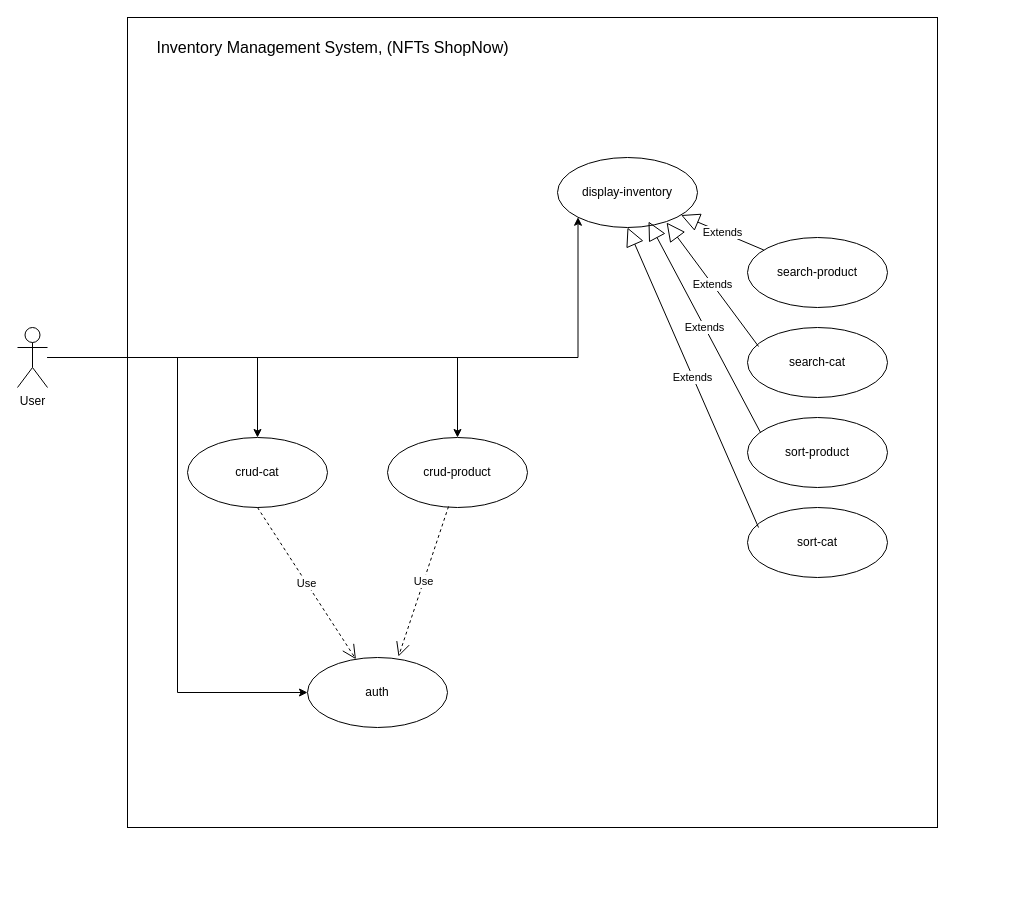
Above: usecasediagram.drawio in YouCodeSchool/ShopNow (draw.io), before the change. Source tidied: cells renumbered, new cells numbered last; positions are measured from the earlier drawing's top-left corner, leaving out a move shared by most shapes. Both pictures are drawn from the tidied source at 100%, with x=0, y=0 at pixel (17, 17).
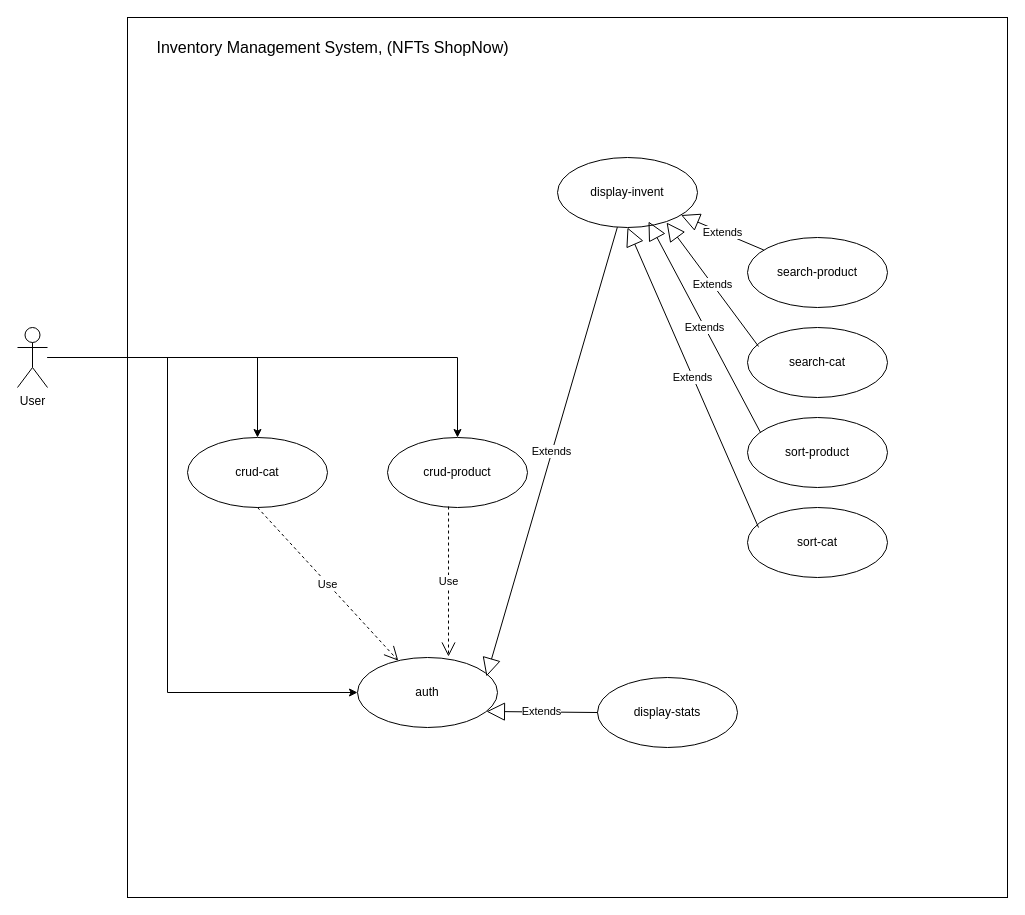
Above is the later version.

The change refers to these unchanged cells:
```xml
<mxCell id="8" value="User" style="shape=umlActor;verticalLabelPosition=bottom;verticalAlign=top;html=1;outlineConnect=0;" parent="1" vertex="1">
  <mxGeometry y="310" width="30" height="60" as="geometry" />
</mxCell>
```

What changed in the source:
```diff
@@
     <mxCell id="2" style="whiteSpace=wrap;html=1;" parent="1" vertex="1">
-      <mxGeometry x="110" width="810" height="810" as="geometry" />
+      <mxGeometry x="110" width="880" height="880" as="geometry" />
     </mxCell>
@@
     <mxCell id="4" style="edgeStyle=orthogonalEdgeStyle;rounded=0;jettySize=auto;html=1;entryX=0;entryY=0.5;entryDx=0;entryDy=0;" parent="1" edge="1" source="8" target="10">
-      <mxGeometry relative="1" as="geometry" />
+      <mxGeometry relative="1" as="geometry">
+        <Array as="points">
+          <mxPoint x="150" y="340" />
+          <mxPoint x="150" y="675" />
+        </Array>
+      </mxGeometry>
     </mxCell>
-    <mxCell id="5" style="edgeStyle=orthogonalEdgeStyle;rounded=0;jettySize=auto;html=1;entryX=0;entryY=1;entryDx=0;entryDy=0;" parent="1" edge="1" source="8" target="16">
-      <mxGeometry relative="1" as="geometry" />
-    </mxCell>
@@
     <mxCell id="10" value="auth" style="ellipse;whiteSpace=wrap;html=1;" parent="1" vertex="1">
-      <mxGeometry x="290" y="640" width="140" height="70" as="geometry" />
+      <mxGeometry x="340" y="640" width="140" height="70" as="geometry" />
     </mxCell>
@@
-    <mxCell id="16" value="display-inventory" style="ellipse;whiteSpace=wrap;html=1;" parent="1" vertex="1">
+    <mxCell id="16" value="display-invent" style="ellipse;whiteSpace=wrap;html=1;" parent="1" vertex="1">
       <mxGeometry x="540" y="140" width="140" height="70" as="geometry" />
     </mxCell>
@@
+    <mxCell id="23" value="Extends" style="endArrow=block;endSize=16;endFill=0;html=1;rounded=0;entryX=0.921;entryY=0.271;entryDx=0;entryDy=0;entryPerimeter=0;" parent="1" edge="1" source="16" target="10">
+      <mxGeometry relative="1" as="geometry" />
+    </mxCell>
+    <mxCell id="24" value="display-stats" style="ellipse;whiteSpace=wrap;html=1;" parent="1" vertex="1">
+      <mxGeometry x="580" y="660" width="140" height="70" as="geometry" />
+    </mxCell>
+    <mxCell id="25" value="Extends" style="endArrow=block;endSize=16;endFill=0;html=1;rounded=0;entryX=0.921;entryY=0.771;entryDx=0;entryDy=0;entryPerimeter=0;exitX=0;exitY=0.5;exitDx=0;exitDy=0;" parent="1" edge="1" source="24" target="10">
+      <mxGeometry relative="1" as="geometry" />
+    </mxCell>
```
